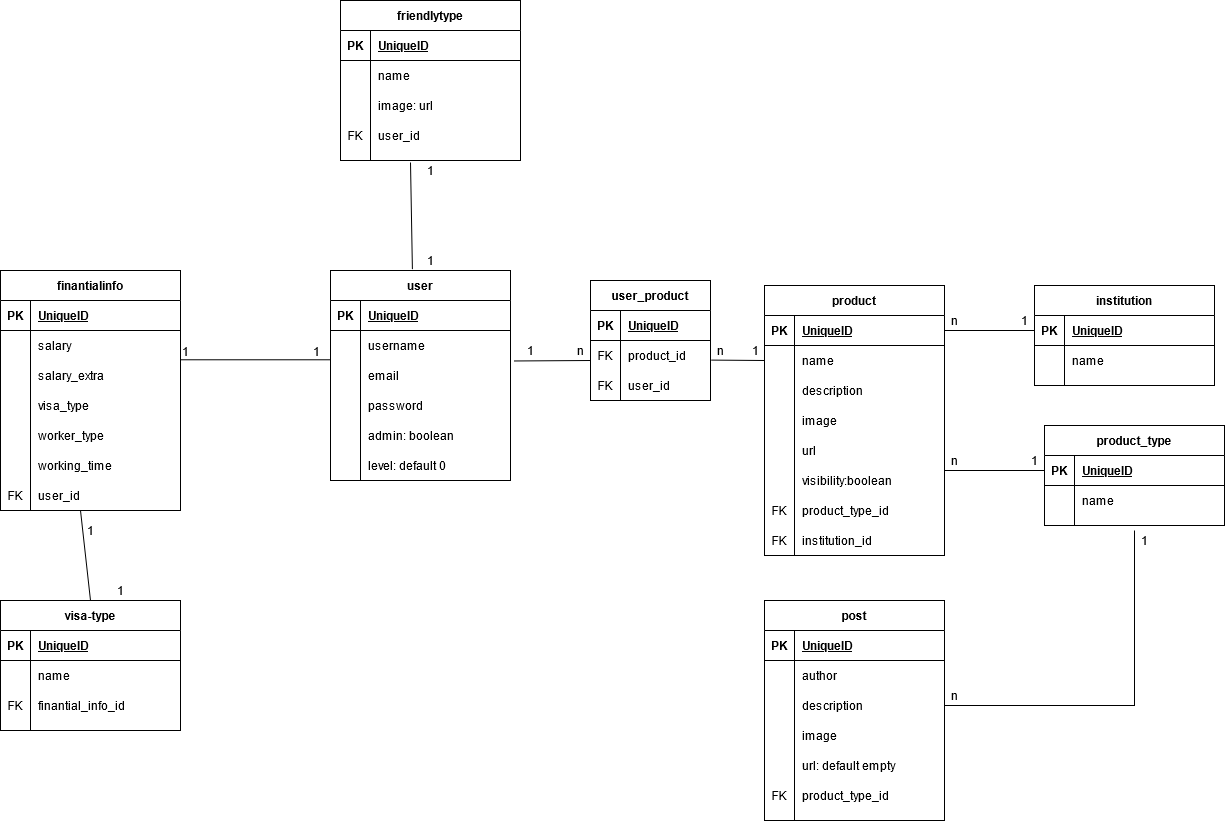
Earlier version of the draw.io export bancaWEB.png (gilibethvega/banca_web). Source tidied: cells renumbered, new cells last; positions are measured from the earlier drawing's top-left corner, leaving out a move shared by most shapes.
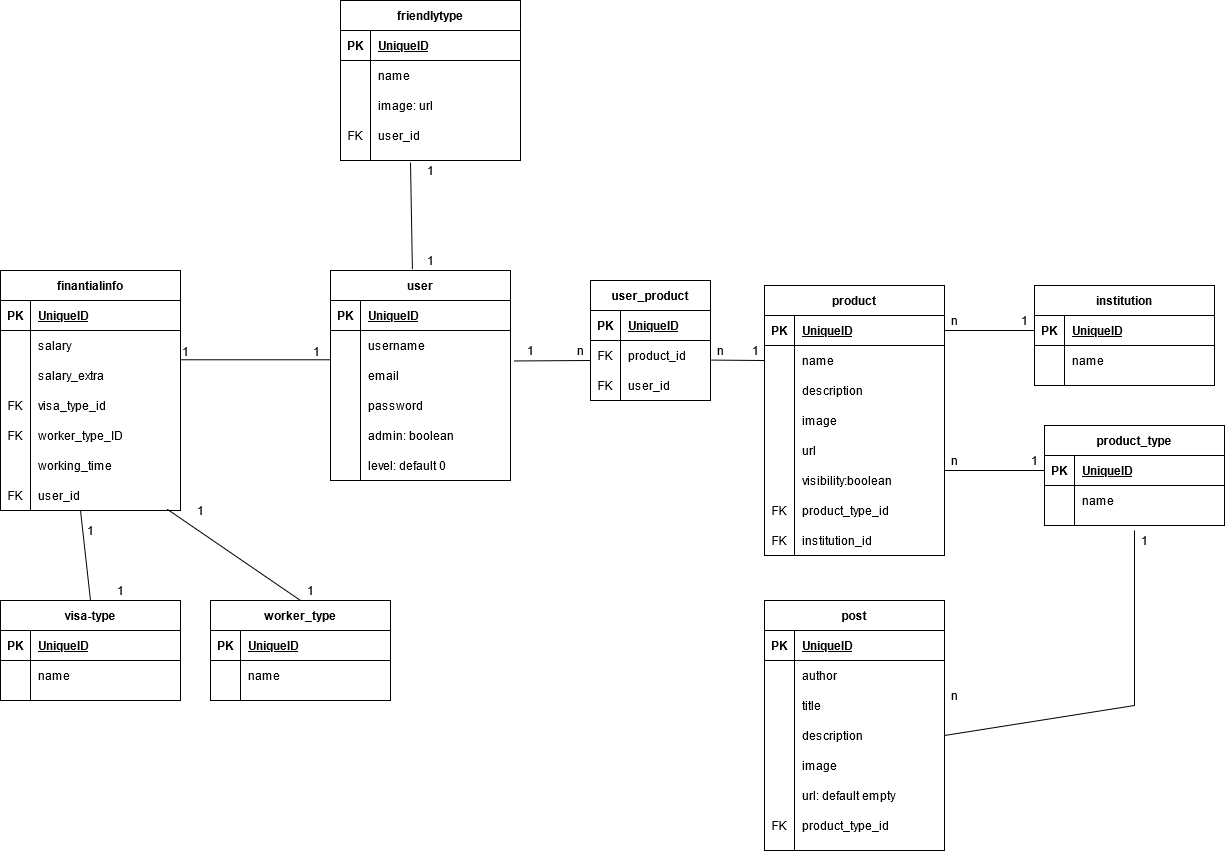
The same diagram one commit later.

Change to the diagram source:
```diff
@@ -131,19 +131,19 @@
     <mxCell id="44" style="shape=partialRectangle;fillColor=none;top=0;left=0;bottom=0;right=0;" parent="34" vertex="1">
       <mxGeometry y="120" width="180" height="30" as="geometry" />
     </mxCell>
-    <mxCell id="45" style="shape=partialRectangle;fillColor=none;top=0;left=0;bottom=0;right=0;overflow=hidden;" parent="44" vertex="1">
+    <mxCell id="45" value="FK" style="shape=partialRectangle;fillColor=none;top=0;left=0;bottom=0;right=0;overflow=hidden;" parent="44" vertex="1">
       <mxGeometry width="30" height="30" as="geometry" />
     </mxCell>
-    <mxCell id="46" value="visa_type" style="shape=partialRectangle;fillColor=none;top=0;left=0;bottom=0;right=0;align=left;spacingLeft=6;overflow=hidden;" parent="44" vertex="1">
+    <mxCell id="46" value="visa_type_id" style="shape=partialRectangle;fillColor=none;top=0;left=0;bottom=0;right=0;align=left;spacingLeft=6;overflow=hidden;" parent="44" vertex="1">
       <mxGeometry x="30" width="150" height="30" as="geometry" />
     </mxCell>
     <mxCell id="47" style="shape=partialRectangle;fillColor=none;top=0;left=0;bottom=0;right=0;" parent="34" vertex="1">
       <mxGeometry y="150" width="180" height="30" as="geometry" />
     </mxCell>
-    <mxCell id="48" style="shape=partialRectangle;fillColor=none;top=0;left=0;bottom=0;right=0;overflow=hidden;" parent="47" vertex="1">
+    <mxCell id="48" value="FK" style="shape=partialRectangle;fillColor=none;top=0;left=0;bottom=0;right=0;overflow=hidden;" parent="47" vertex="1">
       <mxGeometry width="30" height="30" as="geometry" />
     </mxCell>
-    <mxCell id="49" value="worker_type" style="shape=partialRectangle;fillColor=none;top=0;left=0;bottom=0;right=0;align=left;spacingLeft=6;overflow=hidden;" parent="47" vertex="1">
+    <mxCell id="49" value="worker_type_ID" style="shape=partialRectangle;fillColor=none;top=0;left=0;bottom=0;right=0;align=left;spacingLeft=6;overflow=hidden;" parent="47" vertex="1">
       <mxGeometry x="30" width="150" height="30" as="geometry" />
     </mxCell>
     <mxCell id="50" style="shape=partialRectangle;fillColor=none;top=0;left=0;bottom=0;right=0;" parent="34" vertex="1">
@@ -335,7 +335,7 @@
       <mxGeometry x="570" y="340" width="20" height="20" as="geometry" />
     </mxCell>
     <mxCell id="110" value="post" style="shape=table;startSize=30;rowLines=0;fontStyle=1;align=center;" parent="1" vertex="1">
-      <mxGeometry x="764" y="600" width="180" height="220" as="geometry" />
+      <mxGeometry x="764" y="600" width="180" height="250" as="geometry" />
     </mxCell>
     <mxCell id="111" style="shape=partialRectangle;fillColor=none;top=0;left=0;bottom=1;right=0;" parent="110" vertex="1">
       <mxGeometry y="30" width="180" height="30" as="geometry" />
@@ -355,8 +355,17 @@
     <mxCell id="116" value="author" style="shape=partialRectangle;fillColor=none;top=0;left=0;bottom=0;right=0;align=left;spacingLeft=6;overflow=hidden;" parent="114" vertex="1">
       <mxGeometry x="30" width="150" height="30" as="geometry" />
     </mxCell>
+    <mxCell id="152" style="shape=partialRectangle;fillColor=none;top=0;left=0;bottom=0;right=0;" parent="110" vertex="1">
+      <mxGeometry y="90" width="180" height="30" as="geometry" />
+    </mxCell>
+    <mxCell id="158" style="shape=partialRectangle;fillColor=none;top=0;left=0;bottom=0;right=0;overflow=hidden;" parent="152" vertex="1">
+      <mxGeometry width="30" height="30" as="geometry" />
+    </mxCell>
+    <mxCell id="159" value="title" style="shape=partialRectangle;fillColor=none;top=0;left=0;bottom=0;right=0;align=left;spacingLeft=6;overflow=hidden;" parent="152" vertex="1">
+      <mxGeometry x="30" width="150" height="30" as="geometry" />
+    </mxCell>
     <mxCell id="117" style="shape=partialRectangle;fillColor=none;top=0;left=0;bottom=0;right=0;points=[[0,0.5],[1,0.5]];portConstraint=eastwest;" parent="110" vertex="1">
-      <mxGeometry y="90" width="180" height="30" as="geometry" />
+      <mxGeometry y="120" width="180" height="30" as="geometry" />
     </mxCell>
     <mxCell id="118" style="shape=partialRectangle;fillColor=none;top=0;left=0;bottom=0;right=0;overflow=hidden;" parent="117" vertex="1">
       <mxGeometry width="30" height="30" as="geometry" />
@@ -365,7 +374,7 @@
       <mxGeometry x="30" width="150" height="30" as="geometry" />
     </mxCell>
     <mxCell id="120" style="shape=partialRectangle;fillColor=none;top=0;left=0;bottom=0;right=0;" parent="110" vertex="1">
-      <mxGeometry y="120" width="180" height="30" as="geometry" />
+      <mxGeometry y="150" width="180" height="30" as="geometry" />
     </mxCell>
     <mxCell id="121" style="shape=partialRectangle;fillColor=none;top=0;left=0;bottom=0;right=0;overflow=hidden;" parent="120" vertex="1">
       <mxGeometry width="30" height="30" as="geometry" />
@@ -374,7 +383,7 @@
       <mxGeometry x="30" width="150" height="30" as="geometry" />
     </mxCell>
     <mxCell id="123" style="shape=partialRectangle;fillColor=none;top=0;left=0;bottom=0;right=0;" parent="110" vertex="1">
-      <mxGeometry y="150" width="180" height="30" as="geometry" />
+      <mxGeometry y="180" width="180" height="30" as="geometry" />
     </mxCell>
     <mxCell id="124" style="shape=partialRectangle;fillColor=none;top=0;left=0;bottom=0;right=0;overflow=hidden;" parent="123" vertex="1">
       <mxGeometry width="30" height="30" as="geometry" />
@@ -383,7 +392,7 @@
       <mxGeometry x="30" width="150" height="30" as="geometry" />
     </mxCell>
     <mxCell id="126" style="shape=partialRectangle;fillColor=none;top=0;left=0;bottom=0;right=0;" parent="110" vertex="1">
-      <mxGeometry y="180" width="180" height="30" as="geometry" />
+      <mxGeometry y="210" width="180" height="30" as="geometry" />
     </mxCell>
     <mxCell id="127" value="FK" style="shape=partialRectangle;fillColor=none;top=0;left=0;bottom=0;right=0;fontStyle=0;overflow=hidden;" parent="126" vertex="1">
       <mxGeometry width="30" height="30" as="geometry" />
@@ -445,7 +454,7 @@
       <mxGeometry x="745" y="340" width="20" height="20" as="geometry" />
     </mxCell>
     <mxCell id="145" value="visa-type" style="shape=table;startSize=30;rowLines=0;fontStyle=1;align=center;" parent="1" vertex="1">
-      <mxGeometry y="600" width="180" height="130" as="geometry" />
+      <mxGeometry y="600" width="180" height="100" as="geometry" />
     </mxCell>
     <mxCell id="146" style="shape=partialRectangle;fillColor=none;top=0;left=0;bottom=1;right=0;" parent="145" vertex="1">
       <mxGeometry y="30" width="180" height="30" as="geometry" />
@@ -465,15 +474,6 @@
     <mxCell id="151" value="name" style="shape=partialRectangle;fillColor=none;top=0;left=0;bottom=0;right=0;align=left;spacingLeft=6;overflow=hidden;" parent="149" vertex="1">
       <mxGeometry x="30" width="150" height="30" as="geometry" />
     </mxCell>
-    <mxCell id="152" style="shape=partialRectangle;fillColor=none;top=0;left=0;bottom=0;right=0;" parent="145" vertex="1">
-      <mxGeometry y="90" width="180" height="30" as="geometry" />
-    </mxCell>
-    <mxCell id="153" value="FK" style="shape=partialRectangle;fillColor=none;top=0;left=0;bottom=0;right=0;overflow=hidden;" parent="152" vertex="1">
-      <mxGeometry width="30" height="30" as="geometry" />
-    </mxCell>
-    <mxCell id="154" value="finantial_info_id" style="shape=partialRectangle;fillColor=none;top=0;left=0;bottom=0;right=0;align=left;spacingLeft=6;overflow=hidden;" parent="152" vertex="1">
-      <mxGeometry x="30" width="150" height="30" as="geometry" />
-    </mxCell>
     <mxCell id="155" style="endArrow=none;html=1;rounded=0;entryX=0.5;entryY=0;entryDx=0;entryDy=0;" parent="1" edge="1" target="145">
       <mxGeometry relative="1" as="geometry">
         <mxPoint x="80" y="510" as="sourcePoint" />
@@ -485,5 +485,35 @@
     <mxCell id="157" value="1" style="text;html=1;align=center;verticalAlign=middle;strokeColor=none;" parent="1" vertex="1">
       <mxGeometry x="110" y="580" width="20" height="20" as="geometry" />
     </mxCell>
+    <mxCell id="160" value="worker_type" style="shape=table;startSize=30;rowLines=0;fontStyle=1;align=center;" parent="1" vertex="1">
+      <mxGeometry x="210" y="600" width="180" height="100" as="geometry" />
+    </mxCell>
+    <mxCell id="161" style="shape=partialRectangle;fillColor=none;top=0;left=0;bottom=1;right=0;" parent="160" vertex="1">
+      <mxGeometry y="30" width="180" height="30" as="geometry" />
+    </mxCell>
+    <mxCell id="162" value="PK" style="shape=partialRectangle;fillColor=none;top=0;left=0;bottom=0;right=0;fontStyle=1;overflow=hidden;" parent="161" vertex="1">
+      <mxGeometry width="30" height="30" as="geometry" />
+    </mxCell>
+    <mxCell id="163" value="UniqueID" style="shape=partialRectangle;fillColor=none;top=0;left=0;bottom=0;right=0;align=left;spacingLeft=6;fontStyle=5;overflow=hidden;" parent="161" vertex="1">
+      <mxGeometry x="30" width="150" height="30" as="geometry" />
+    </mxCell>
+    <mxCell id="164" style="shape=partialRectangle;fillColor=none;top=0;left=0;bottom=0;right=0;" parent="160" vertex="1">
+      <mxGeometry y="60" width="180" height="30" as="geometry" />
+    </mxCell>
+    <mxCell id="165" style="shape=partialRectangle;fillColor=none;top=0;left=0;bottom=0;right=0;overflow=hidden;" parent="164" vertex="1">
+      <mxGeometry width="30" height="30" as="geometry" />
+    </mxCell>
+    <mxCell id="166" value="name" style="shape=partialRectangle;fillColor=none;top=0;left=0;bottom=0;right=0;align=left;spacingLeft=6;overflow=hidden;" parent="164" vertex="1">
+      <mxGeometry x="30" width="150" height="30" as="geometry" />
+    </mxCell>
+    <mxCell id="167" style="endArrow=none;html=1;rounded=0;exitX=0.926;exitY=0.956;exitDx=0;exitDy=0;exitPerimeter=0;entryX=0.5;entryY=0;entryDx=0;entryDy=0;" parent="1" edge="1" source="53" target="160">
+      <mxGeometry relative="1" as="geometry" />
+    </mxCell>
+    <mxCell id="168" value="&lt;div&gt;1&lt;/div&gt;" style="text;html=1;align=center;verticalAlign=middle;strokeColor=none;" parent="1" vertex="1">
+      <mxGeometry x="190" y="500" width="20" height="20" as="geometry" />
+    </mxCell>
+    <mxCell id="169" value="1" style="text;html=1;align=center;verticalAlign=middle;strokeColor=none;" parent="1" vertex="1">
+      <mxGeometry x="300" y="580" width="20" height="20" as="geometry" />
+    </mxCell>
   </root>
 </mxGraphModel>
```
